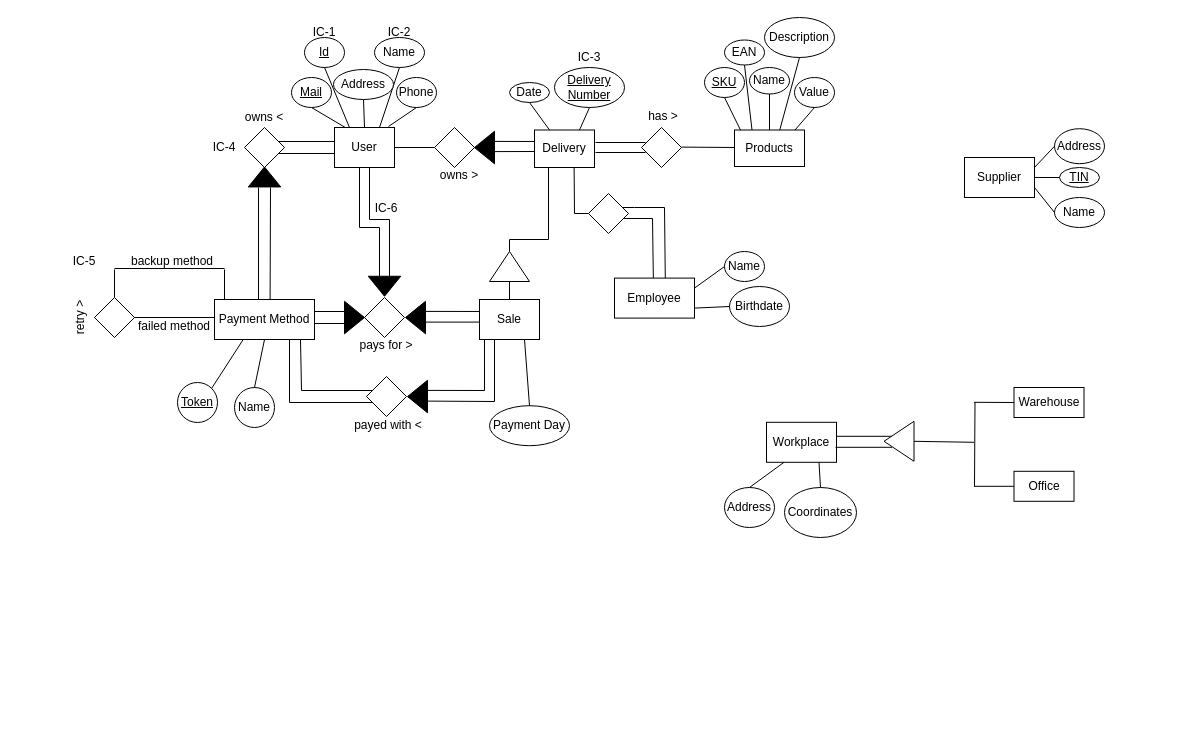
This is Entrega 1/Entrega 1.drawio from Axiself/Proj-BD-22-23, a draw.io file, before an edit. Source tidied: cells renumbered, new cells numbered last; positions are measured from the earlier drawing's top-left corner, leaving out a move shared by most shapes. Both pictures are drawn from the tidied source at 100%, with x=0, y=0 at pixel (50, 17).
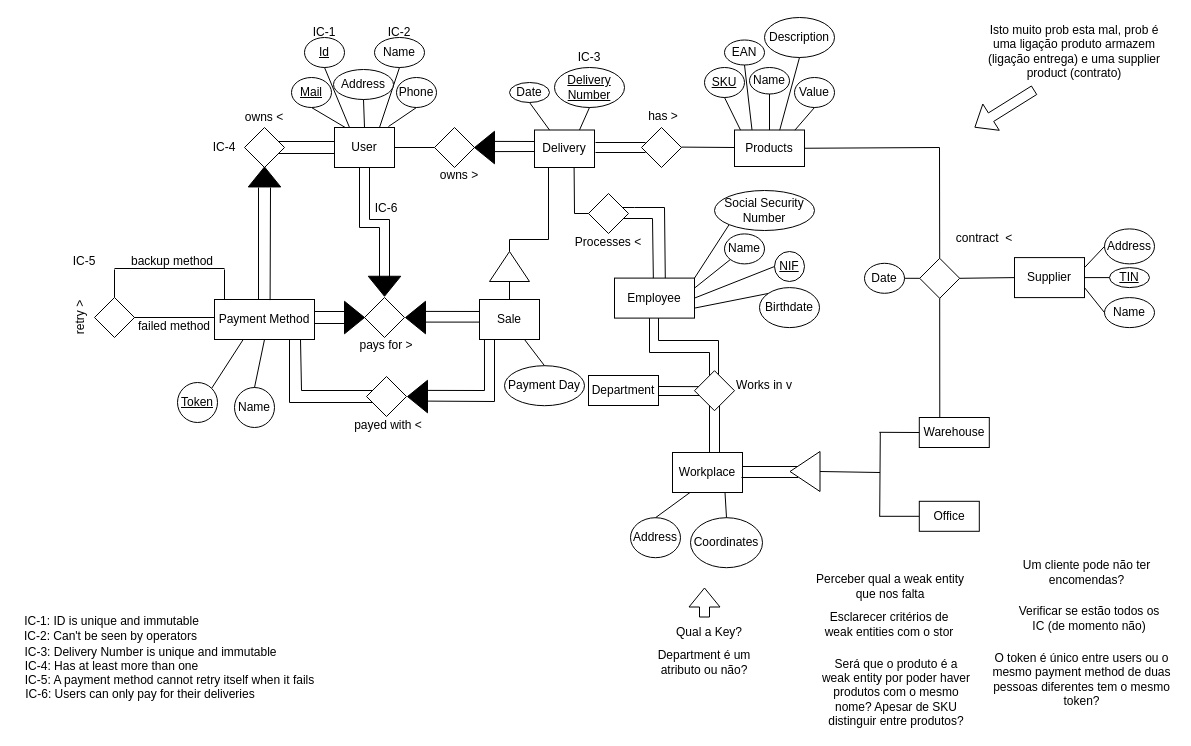
Above is the later version.

Unchanged cells that the change refers to:
```xml
<mxCell id="68" value="Products" style="whiteSpace=wrap;html=1;align=center;" parent="1" vertex="1">
  <mxGeometry x="684" y="112.5" width="70" height="36.5" as="geometry" />
</mxCell>
<mxCell id="99" value="Employee" style="whiteSpace=wrap;html=1;align=center;" parent="1" vertex="1">
  <mxGeometry x="564" y="260.6" width="80" height="40" as="geometry" />
</mxCell>
```

What changed in the source:
```diff
@@
+    <mxCell id="120" style="endArrow=none;html=1;rounded=0;entryX=0.625;entryY=0.419;entryDx=0;entryDy=0;exitX=0.5;exitY=1;exitDx=0;exitDy=0;entryPerimeter=0;" parent="1" edge="1">
+      <mxGeometry relative="1" as="geometry">
+        <mxPoint x="608" y="294" as="sourcePoint" />
+        <mxPoint x="668" y="370" as="targetPoint" />
+        <Array as="points">
+          <mxPoint x="608" y="323" />
+          <mxPoint x="668" y="323" />
+        </Array>
+      </mxGeometry>
+    </mxCell>
+    <mxCell id="121" style="endArrow=none;html=1;rounded=0;entryX=0.5;entryY=0;entryDx=0;entryDy=0;exitX=0.425;exitY=0.734;exitDx=0;exitDy=0;exitPerimeter=0;" parent="1" edge="1">
+      <mxGeometry relative="1" as="geometry">
+        <mxPoint x="599" y="290" as="sourcePoint" />
+        <mxPoint x="659" y="358.2" as="targetPoint" />
+        <Array as="points">
+          <mxPoint x="599" y="335" />
+          <mxPoint x="659" y="335" />
+        </Array>
+      </mxGeometry>
+    </mxCell>
+    <mxCell id="122" style="endArrow=none;html=1;rounded=0;entryX=0;entryY=1;entryDx=0;entryDy=0;exitX=1;exitY=0;exitDx=0;exitDy=0;" parent="1" edge="1" source="99" target="137">
+      <mxGeometry relative="1" as="geometry" />
+    </mxCell>
+    <mxCell id="123" style="endArrow=none;html=1;rounded=0;exitX=0.514;exitY=0.125;exitDx=0;exitDy=0;exitPerimeter=0;entryX=0.5;entryY=1;entryDx=0;entryDy=0;" parent="1" edge="1">
+      <mxGeometry relative="1" as="geometry">
+        <mxPoint x="669" y="438" as="sourcePoint" />
+        <mxPoint x="669" y="384.2" as="targetPoint" />
+      </mxGeometry>
+    </mxCell>
+    <mxCell id="124" style="endArrow=none;html=1;rounded=0;entryX=0.5;entryY=0.35;entryDx=0;entryDy=0;exitX=1;exitY=0.5;exitDx=0;exitDy=0;entryPerimeter=0;" parent="1" edge="1">
+      <mxGeometry relative="1" as="geometry">
+        <mxPoint x="602" y="378" as="sourcePoint" />
+        <mxPoint x="658" y="378" as="targetPoint" />
+      </mxGeometry>
+    </mxCell>
+    <mxCell id="125" style="endArrow=none;html=1;rounded=0;entryX=0.5;entryY=0.35;entryDx=0;entryDy=0;exitX=1;exitY=0.5;exitDx=0;exitDy=0;entryPerimeter=0;" parent="1" edge="1">
+      <mxGeometry relative="1" as="geometry">
+        <mxPoint x="608" y="369" as="sourcePoint" />
+        <mxPoint x="664" y="369.2" as="targetPoint" />
+      </mxGeometry>
+    </mxCell>
+    <mxCell id="126" style="endArrow=none;html=1;rounded=0;exitX=0.514;exitY=0.125;exitDx=0;exitDy=0;exitPerimeter=0;entryX=0.5;entryY=1;entryDx=0;entryDy=0;" parent="1" edge="1">
+      <mxGeometry relative="1" as="geometry">
+        <mxPoint x="659" y="440" as="sourcePoint" />
+        <mxPoint x="659" y="386.2" as="targetPoint" />
+      </mxGeometry>
+    </mxCell>
+    <mxCell id="127" style="endArrow=none;html=1;rounded=0;entryX=0.5;entryY=1;entryDx=0;entryDy=0;exitX=0.293;exitY=0.725;exitDx=0;exitDy=0;exitPerimeter=0;" parent="1" edge="1" source="94" target="128">
+      <mxGeometry relative="1" as="geometry" />
+    </mxCell>
@@
     <mxCell id="10" style="endArrow=none;html=1;rounded=0;exitX=0.5;exitY=1;exitDx=0;exitDy=0;" parent="1" edge="1">
       <mxGeometry relative="1" as="geometry">
-        <mxPoint x="785" y="418.8" as="sourcePoint" />
-        <mxPoint x="853.5" y="418.8" as="targetPoint" />
+        <mxPoint x="691" y="449" as="sourcePoint" />
+        <mxPoint x="759.5" y="449" as="targetPoint" />
       </mxGeometry>
     </mxCell>
@@
     <mxCell id="48" value="Payment Day" style="ellipse;whiteSpace=wrap;html=1;align=center;" parent="1" vertex="1">
-      <mxGeometry x="439" y="388.2" width="80" height="40" as="geometry" />
+      <mxGeometry x="454" y="348.2" width="80" height="40" as="geometry" />
     </mxCell>
@@
     <mxCell id="79" value="Supplier" style="whiteSpace=wrap;html=1;align=center;" parent="1" vertex="1">
-      <mxGeometry x="914" y="140" width="70" height="40" as="geometry" />
+      <mxGeometry x="964" y="240.1" width="70" height="40" as="geometry" />
     </mxCell>
     <mxCell id="80" value="Name" style="ellipse;whiteSpace=wrap;html=1;align=center;" parent="1" vertex="1">
-      <mxGeometry x="1004" y="180" width="50" height="30" as="geometry" />
+      <mxGeometry x="1054" y="280.1" width="50" height="30" as="geometry" />
     </mxCell>
     <mxCell id="81" value="Address" style="ellipse;whiteSpace=wrap;html=1;align=center;" parent="1" vertex="1">
-      <mxGeometry x="1004" y="111.2" width="50" height="35" as="geometry" />
+      <mxGeometry x="1054" y="211.4" width="50" height="35" as="geometry" />
     </mxCell>
     <mxCell id="82" value="TIN" style="ellipse;whiteSpace=wrap;html=1;align=center;fontStyle=4;" parent="1" vertex="1">
-      <mxGeometry x="1009" y="150" width="40" height="20" as="geometry" />
+      <mxGeometry x="1059" y="250.1" width="40" height="20" as="geometry" />
     </mxCell>
@@
     <mxCell id="86" value="Workplace" style="whiteSpace=wrap;html=1;align=center;" parent="1" vertex="1">
-      <mxGeometry x="716" y="404.8" width="70" height="40" as="geometry" />
+      <mxGeometry x="622" y="435" width="70" height="40" as="geometry" />
     </mxCell>
     <mxCell id="87" style="endArrow=none;html=1;rounded=0;exitX=0.5;exitY=1;exitDx=0;exitDy=0;" parent="1" edge="1">
       <mxGeometry relative="1" as="geometry">
-        <mxPoint x="785" y="429.8" as="sourcePoint" />
-        <mxPoint x="841.5" y="429.8" as="targetPoint" />
+        <mxPoint x="691" y="460" as="sourcePoint" />
+        <mxPoint x="747.5" y="460" as="targetPoint" />
       </mxGeometry>
     </mxCell>
     <mxCell id="88" style="triangle;whiteSpace=wrap;html=1;rotation=-180;" parent="1" vertex="1">
-      <mxGeometry x="833.5" y="403.8" width="30" height="40" as="geometry" />
+      <mxGeometry x="739.5" y="434" width="30" height="40" as="geometry" />
     </mxCell>
-    <mxCell id="89" style="endArrow=none;html=1;rounded=0;entryX=0;entryY=0.5;entryDx=0;entryDy=0;" parent="1" edge="1" target="88">
+    <mxCell id="89" style="endArrow=none;html=1;rounded=0;entryX=0;entryY=0.5;entryDx=0;entryDy=0;" parent="1" edge="1">
       <mxGeometry relative="1" as="geometry">
-        <mxPoint x="923.5" y="424.8" as="sourcePoint" />
+        <mxPoint x="829.5" y="455" as="sourcePoint" />
+        <mxPoint x="769.5" y="454" as="targetPoint" />
       </mxGeometry>
     </mxCell>
     <mxCell id="90" style="endArrow=none;html=1;rounded=0;" parent="1" edge="1">
       <mxGeometry relative="1" as="geometry">
-        <mxPoint x="924.5" y="384.8" as="sourcePoint" />
-        <mxPoint x="924" y="468.8" as="targetPoint" />
+        <mxPoint x="829.8" y="414.8" as="sourcePoint" />
+        <mxPoint x="829.2" y="498.8" as="targetPoint" />
       </mxGeometry>
     </mxCell>
     <mxCell id="91" style="endArrow=none;html=1;rounded=0;" parent="1" edge="1">
       <mxGeometry relative="1" as="geometry">
-        <mxPoint x="963.5" y="468.8" as="sourcePoint" />
-        <mxPoint x="923.5" y="468.8" as="targetPoint" />
+        <mxPoint x="868.8" y="498.8" as="sourcePoint" />
+        <mxPoint x="828.8" y="498.8" as="targetPoint" />
       </mxGeometry>
     </mxCell>
     <mxCell id="92" style="endArrow=none;html=1;rounded=0;exitX=0;exitY=0.5;exitDx=0;exitDy=0;" parent="1" edge="1" source="94">
       <mxGeometry relative="1" as="geometry">
-        <mxPoint x="923.5" y="384.8" as="targetPoint" />
+        <mxPoint x="828.8" y="414.8" as="targetPoint" />
       </mxGeometry>
     </mxCell>
     <mxCell id="93" value="Office" style="whiteSpace=wrap;html=1;align=center;" parent="1" vertex="1">
-      <mxGeometry x="963.5" y="453.8" width="60" height="30" as="geometry" />
+      <mxGeometry x="868.8" y="483.8" width="60" height="30" as="geometry" />
     </mxCell>
     <mxCell id="94" value="Warehouse" style="whiteSpace=wrap;html=1;align=center;" parent="1" vertex="1">
-      <mxGeometry x="963.5" y="370" width="70" height="30" as="geometry" />
+      <mxGeometry x="868.8" y="400" width="70" height="30" as="geometry" />
     </mxCell>
@@
     <mxCell id="100" value="Name" style="ellipse;whiteSpace=wrap;html=1;align=center;" parent="1" vertex="1">
-      <mxGeometry x="674" y="234" width="40" height="30" as="geometry" />
+      <mxGeometry x="674" y="216.4" width="40" height="30" as="geometry" />
     </mxCell>
     <mxCell id="101" value="Birthdate" style="ellipse;whiteSpace=wrap;html=1;align=center;" parent="1" vertex="1">
-      <mxGeometry x="679" y="269" width="60" height="40" as="geometry" />
+      <mxGeometry x="709" y="270.1" width="60" height="40" as="geometry" />
     </mxCell>
     <mxCell id="102" value="Address" style="ellipse;whiteSpace=wrap;html=1;align=center;" parent="1" vertex="1">
-      <mxGeometry x="674" y="470" width="50" height="40" as="geometry" />
+      <mxGeometry x="580" y="500.2" width="50" height="40" as="geometry" />
     </mxCell>
     <mxCell id="103" value="Coordinates" style="ellipse;whiteSpace=wrap;html=1;align=center;" parent="1" vertex="1">
-      <mxGeometry x="734" y="470" width="72" height="50" as="geometry" />
+      <mxGeometry x="640" y="500.2" width="72" height="50" as="geometry" />
     </mxCell>
@@
-    <mxCell id="118" style="endArrow=none;html=1;rounded=0;exitX=1;exitY=0.25;exitDx=0;exitDy=0;entryX=0;entryY=0.5;entryDx=0;entryDy=0;" parent="1" edge="1" source="99" target="100">
+    <mxCell id="118" style="endArrow=none;html=1;rounded=0;exitX=1;exitY=0.25;exitDx=0;exitDy=0;entryX=0;entryY=1;entryDx=0;entryDy=0;" parent="1" edge="1" source="99" target="100">
       <mxGeometry relative="1" as="geometry" />
     </mxCell>
-    <mxCell id="119" style="endArrow=none;html=1;rounded=0;entryX=1;entryY=0.75;entryDx=0;entryDy=0;exitX=0;exitY=0.5;exitDx=0;exitDy=0;" parent="1" edge="1" source="101" target="99">
+    <mxCell id="119" style="endArrow=none;html=1;rounded=0;entryX=1;entryY=0.75;entryDx=0;entryDy=0;exitX=0;exitY=0;exitDx=0;exitDy=0;" parent="1" edge="1" source="101" target="99">
       <mxGeometry relative="1" as="geometry" />
     </mxCell>
+    <mxCell id="128" style="shape=rhombus;perimeter=rhombusPerimeter;whiteSpace=wrap;html=1;align=center;" parent="1" vertex="1">
+      <mxGeometry x="869.2" y="240.8" width="40" height="40" as="geometry" />
+    </mxCell>
+    <mxCell id="129" value="Date" style="ellipse;whiteSpace=wrap;html=1;align=center;" parent="1" vertex="1">
+      <mxGeometry x="814" y="245.8" width="40" height="30" as="geometry" />
+    </mxCell>
+    <mxCell id="130" style="endArrow=none;html=1;rounded=0;exitX=1;exitY=0.5;exitDx=0;exitDy=0;entryX=0;entryY=0.5;entryDx=0;entryDy=0;" parent="1" edge="1" source="129" target="128">
+      <mxGeometry relative="1" as="geometry" />
+    </mxCell>
+    <mxCell id="131" style="endArrow=none;html=1;rounded=0;entryX=0;entryY=0.5;entryDx=0;entryDy=0;exitX=1;exitY=0.5;exitDx=0;exitDy=0;" parent="1" edge="1" source="128" target="79">
+      <mxGeometry relative="1" as="geometry" />
+    </mxCell>
+    <mxCell id="132" style="endArrow=none;html=1;rounded=0;entryX=0.5;entryY=0;entryDx=0;entryDy=0;exitX=1;exitY=0.5;exitDx=0;exitDy=0;" parent="1" edge="1" source="68" target="128">
+      <mxGeometry relative="1" as="geometry">
+        <Array as="points">
+          <mxPoint x="889" y="130" />
+        </Array>
+      </mxGeometry>
+    </mxCell>
+    <mxCell id="133" value="contract&amp;nbsp; &amp;lt;" style="text;html=1;strokeColor=none;fillColor=none;align=center;verticalAlign=middle;whiteSpace=wrap;rounded=0;" parent="1" vertex="1">
+      <mxGeometry x="904" y="205.8" width="60" height="30" as="geometry" />
+    </mxCell>
+    <mxCell id="134" style="shape=rhombus;perimeter=rhombusPerimeter;whiteSpace=wrap;html=1;align=center;" parent="1" vertex="1">
+      <mxGeometry x="644" y="353.2" width="40" height="40" as="geometry" />
+    </mxCell>
+    <mxCell id="135" value="Department" style="whiteSpace=wrap;html=1;align=center;" parent="1" vertex="1">
+      <mxGeometry x="538" y="358" width="70" height="30" as="geometry" />
+    </mxCell>
+    <mxCell id="136" value="Works in v" style="text;html=1;strokeColor=none;fillColor=none;align=center;verticalAlign=middle;whiteSpace=wrap;rounded=0;rotation=0;" parent="1" vertex="1">
+      <mxGeometry x="684" y="353.2" width="60" height="30" as="geometry" />
+    </mxCell>
+    <mxCell id="137" value="Social Security Number" style="ellipse;whiteSpace=wrap;html=1;align=center;" parent="1" vertex="1">
+      <mxGeometry x="664" y="173" width="100" height="40" as="geometry" />
+    </mxCell>
+    <mxCell id="138" value="NIF" style="ellipse;whiteSpace=wrap;html=1;align=center;fontStyle=4;" parent="1" vertex="1">
+      <mxGeometry x="724" y="234" width="30" height="30" as="geometry" />
+    </mxCell>
+    <mxCell id="139" style="endArrow=none;html=1;rounded=0;entryX=0;entryY=0.5;entryDx=0;entryDy=0;exitX=1;exitY=0.5;exitDx=0;exitDy=0;" parent="1" edge="1" source="99" target="138">
+      <mxGeometry relative="1" as="geometry" />
+    </mxCell>
+    <mxCell id="140" value="Processes &amp;lt;" style="text;html=1;strokeColor=none;fillColor=none;align=center;verticalAlign=middle;whiteSpace=wrap;rounded=0;" parent="1" vertex="1">
+      <mxGeometry x="523" y="210.1" width="70" height="30" as="geometry" />
+    </mxCell>
+    <mxCell id="141" value="Isto muito prob esta mal, prob é uma ligação produto armazem (ligação entrega) e uma supplier product (contrato)" style="text;html=1;strokeColor=none;fillColor=none;align=center;verticalAlign=middle;whiteSpace=wrap;rounded=0;" parent="1" vertex="1">
+      <mxGeometry x="929" width="190" height="67.5" as="geometry" />
+    </mxCell>
+    <mxCell id="142" value="IC-3: Delivery Number is unique and&amp;nbsp;immutable" style="text;html=1;strokeColor=none;fillColor=none;align=center;verticalAlign=middle;whiteSpace=wrap;rounded=0;" parent="1" vertex="1">
+      <mxGeometry x="-32" y="620" width="265" height="30" as="geometry" />
+    </mxCell>
+    <mxCell id="143" value="IC-1: ID is unique and&amp;nbsp;immutable" style="text;html=1;strokeColor=none;fillColor=none;align=center;verticalAlign=middle;whiteSpace=wrap;rounded=0;" parent="1" vertex="1">
+      <mxGeometry x="-31" y="589" width="185" height="30" as="geometry" />
+    </mxCell>
+    <mxCell id="144" value="IC-2: Can't be seen by operators" style="text;html=1;strokeColor=none;fillColor=none;align=center;verticalAlign=middle;whiteSpace=wrap;rounded=0;" parent="1" vertex="1">
+      <mxGeometry x="-32" y="604" width="185" height="30" as="geometry" />
+    </mxCell>
+    <mxCell id="145" value="IC-4: Has at least more than one" style="text;html=1;strokeColor=none;fillColor=none;align=center;verticalAlign=middle;whiteSpace=wrap;rounded=0;" parent="1" vertex="1">
+      <mxGeometry x="-31" y="634" width="185" height="30" as="geometry" />
+    </mxCell>
+    <mxCell id="146" value="IC-5: A payment method cannot retry itself when it fails" style="text;html=1;strokeColor=none;fillColor=none;align=center;verticalAlign=middle;whiteSpace=wrap;rounded=0;" parent="1" vertex="1">
+      <mxGeometry x="-33" y="648" width="305" height="30" as="geometry" />
+    </mxCell>
+    <mxCell id="147" value="IC-6: Users can only pay for their deliveries" style="text;html=1;strokeColor=none;fillColor=none;align=center;verticalAlign=middle;whiteSpace=wrap;rounded=0;" parent="1" vertex="1">
+      <mxGeometry x="-29" y="662" width="238" height="30" as="geometry" />
+    </mxCell>
+    <mxCell id="148" style="shape=flexArrow;endArrow=classic;html=1;rounded=0;" parent="1" edge="1">
+      <mxGeometry relative="1" as="geometry">
+        <mxPoint x="984" y="72.5" as="sourcePoint" />
+        <mxPoint x="924" y="110" as="targetPoint" />
+      </mxGeometry>
+    </mxCell>
+    <mxCell id="149" value="Qual a Key?" style="text;html=1;strokeColor=none;fillColor=none;align=center;verticalAlign=middle;whiteSpace=wrap;rounded=0;" parent="1" vertex="1">
+      <mxGeometry x="604" y="600" width="110" height="30" as="geometry" />
+    </mxCell>
+    <mxCell id="150" style="shape=flexArrow;endArrow=classic;html=1;rounded=0;" parent="1" edge="1">
+      <mxGeometry relative="1" as="geometry">
+        <mxPoint x="654" y="600" as="sourcePoint" />
+        <mxPoint x="654" y="570" as="targetPoint" />
+      </mxGeometry>
+    </mxCell>
+    <mxCell id="151" value="Department é um atributo ou não?" style="text;html=1;strokeColor=none;fillColor=none;align=center;verticalAlign=middle;whiteSpace=wrap;rounded=0;" parent="1" vertex="1">
+      <mxGeometry x="599" y="630" width="110" height="30" as="geometry" />
+    </mxCell>
+    <mxCell id="152" value="Perceber qual a weak entity que nos falta" style="text;html=1;strokeColor=none;fillColor=none;align=center;verticalAlign=middle;whiteSpace=wrap;rounded=0;" parent="1" vertex="1">
+      <mxGeometry x="759.5" y="548" width="160" height="41" as="geometry" />
+    </mxCell>
+    <mxCell id="153" value="Esclarecer critérios de weak entities com o stor" style="text;html=1;strokeColor=none;fillColor=none;align=center;verticalAlign=middle;whiteSpace=wrap;rounded=0;" parent="1" vertex="1">
+      <mxGeometry x="764" y="594" width="150" height="26" as="geometry" />
+    </mxCell>
+    <mxCell id="154" value="Verificar se estão todos os IC (de momento não)" style="text;html=1;strokeColor=none;fillColor=none;align=center;verticalAlign=middle;whiteSpace=wrap;rounded=0;" parent="1" vertex="1">
+      <mxGeometry x="964" y="582" width="150" height="38" as="geometry" />
+    </mxCell>
+    <mxCell id="155" value="Um cliente pode não ter encomendas?" style="text;html=1;strokeColor=none;fillColor=none;align=center;verticalAlign=middle;whiteSpace=wrap;rounded=0;" parent="1" vertex="1">
+      <mxGeometry x="969" y="540.2" width="135" height="30" as="geometry" />
+    </mxCell>
+    <mxCell id="156" value="O token é único entre users ou o mesmo payment method de duas pessoas diferentes tem o mesmo token?" style="text;html=1;strokeColor=none;fillColor=none;align=center;verticalAlign=middle;whiteSpace=wrap;rounded=0;" parent="1" vertex="1">
+      <mxGeometry x="938.8" y="632.2" width="185" height="59.8" as="geometry" />
+    </mxCell>
+    <mxCell id="157" value="Será que o produto é a weak entity por poder haver produtos com o mesmo nome? Apesar de SKU distinguir entre produtos?" style="text;html=1;strokeColor=none;fillColor=none;align=center;verticalAlign=middle;whiteSpace=wrap;rounded=0;" parent="1" vertex="1">
+      <mxGeometry x="769.5" y="648" width="152" height="54" as="geometry" />
+    </mxCell>
```
